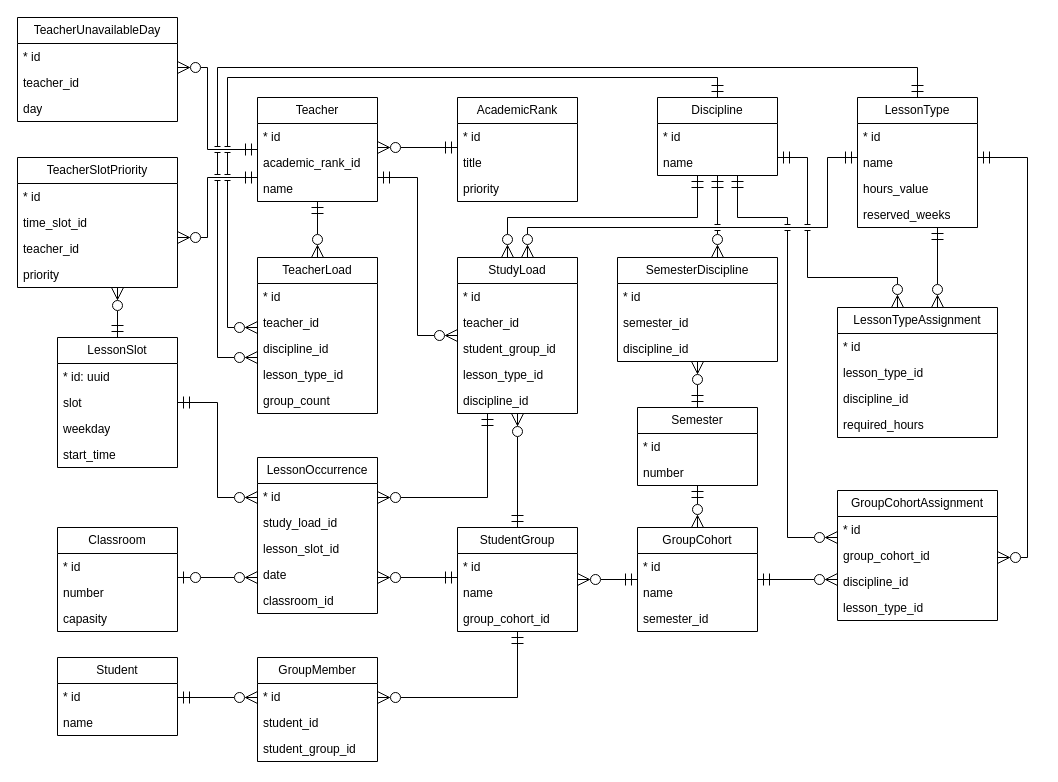
Before: page "er" (2 of 2) of docs/schedule_generator.drawio in IrusHunter/duckademic, a draw.io diagram. Source tidied: cells renumbered, new cells numbered last; positions are measured from the earlier drawing's top-left corner, leaving out a move shared by most shapes. Both pictures are drawn from the tidied source at 100%, with x=0, y=0 at pixel (17, 17).
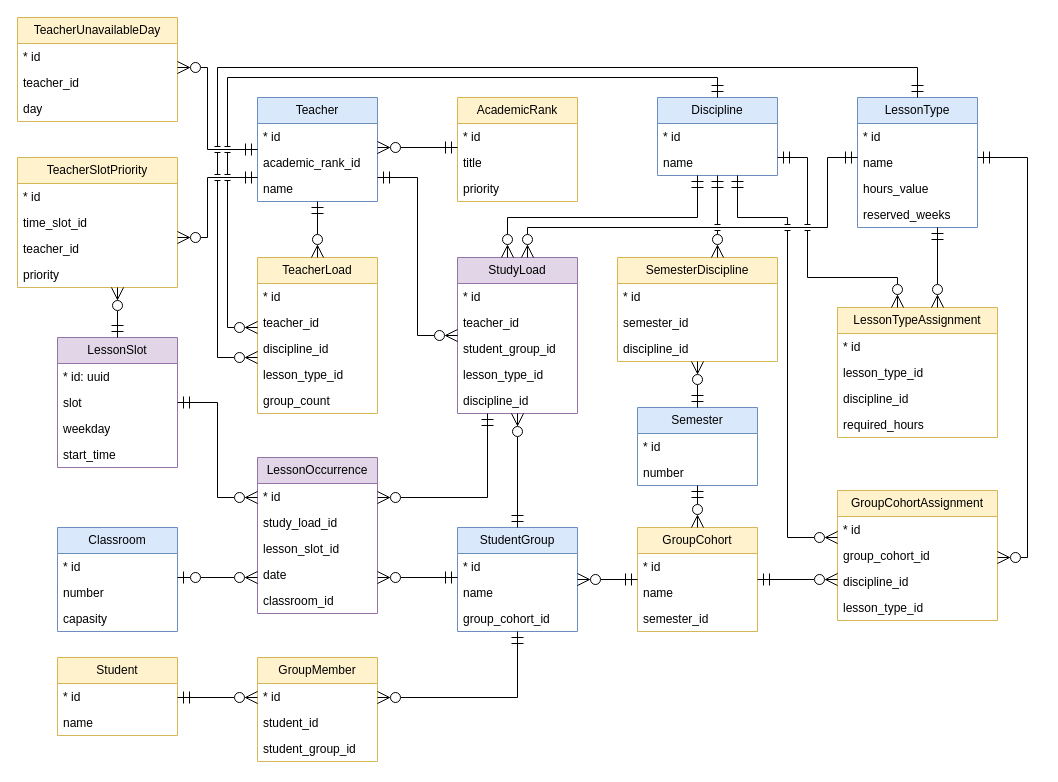
The same page after the edit.

The edit, as a diff of the source:
```diff
@@
-    <mxCell id="2" value="Teacher" style="swimlane;fontStyle=0;horizontal=1;startSize=26;fillColor=none;whiteSpace=wrap;html=1;" parent="1" vertex="1">
+    <mxCell id="2" value="Teacher" style="swimlane;fontStyle=0;horizontal=1;startSize=26;fillColor=#dae8fc;whiteSpace=wrap;html=1;strokeColor=#6c8ebf;" parent="1" vertex="1">
       <mxGeometry x="240" y="80" width="120" height="104" as="geometry" />
     </mxCell>
@@
-    <mxCell id="6" value="TeacherUnavailableDay" style="swimlane;fontStyle=0;horizontal=1;startSize=26;whiteSpace=wrap;html=1;" parent="1" vertex="1">
+    <mxCell id="6" value="TeacherUnavailableDay" style="swimlane;fontStyle=0;horizontal=1;startSize=26;whiteSpace=wrap;html=1;fillColor=#fff2cc;strokeColor=#d6b656;" parent="1" vertex="1">
       <mxGeometry width="160" height="104" as="geometry" />
     </mxCell>
@@
-    <mxCell id="11" value="TeacherSlotPriority" style="swimlane;fontStyle=0;horizontal=1;startSize=26;fillColor=none;whiteSpace=wrap;html=1;" parent="1" vertex="1">
+    <mxCell id="11" value="TeacherSlotPriority" style="swimlane;fontStyle=0;horizontal=1;startSize=26;fillColor=#fff2cc;whiteSpace=wrap;html=1;strokeColor=#d6b656;" parent="1" vertex="1">
       <mxGeometry y="140" width="160" height="130" as="geometry" />
     </mxCell>
@@
-    <mxCell id="17" value="AcademicRank" style="swimlane;fontStyle=0;horizontal=1;startSize=26;fillColor=none;whiteSpace=wrap;html=1;" parent="1" vertex="1">
+    <mxCell id="17" value="AcademicRank" style="swimlane;fontStyle=0;horizontal=1;startSize=26;fillColor=#fff2cc;whiteSpace=wrap;html=1;strokeColor=#d6b656;" parent="1" vertex="1">
       <mxGeometry x="440" y="80" width="120" height="104" as="geometry" />
     </mxCell>
@@
-    <mxCell id="22" value="TeacherLoad" style="swimlane;fontStyle=0;horizontal=1;startSize=26;fillColor=none;whiteSpace=wrap;html=1;" parent="1" vertex="1">
+    <mxCell id="22" value="TeacherLoad" style="swimlane;fontStyle=0;horizontal=1;startSize=26;fillColor=#fff2cc;whiteSpace=wrap;html=1;strokeColor=#d6b656;" parent="1" vertex="1">
       <mxGeometry x="240" y="240" width="120" height="156" as="geometry" />
     </mxCell>
@@
-    <mxCell id="29" value="StudyLoad" style="swimlane;fontStyle=0;horizontal=1;startSize=26;fillColor=none;whiteSpace=wrap;html=1;" parent="1" vertex="1">
+    <mxCell id="29" value="StudyLoad" style="swimlane;fontStyle=0;horizontal=1;startSize=26;fillColor=#e1d5e7;whiteSpace=wrap;html=1;strokeColor=#9673a6;" parent="1" vertex="1">
       <mxGeometry x="440" y="240" width="120" height="156" as="geometry" />
     </mxCell>
@@
-    <mxCell id="36" value="LessonSlot" style="swimlane;fontStyle=0;horizontal=1;startSize=26;fillColor=none;whiteSpace=wrap;html=1;" parent="1" vertex="1">
+    <mxCell id="36" value="LessonSlot" style="swimlane;fontStyle=0;horizontal=1;startSize=26;fillColor=#e1d5e7;whiteSpace=wrap;html=1;strokeColor=#9673a6;" parent="1" vertex="1">
       <mxGeometry x="40" y="320" width="120" height="130" as="geometry" />
     </mxCell>
@@
-    <mxCell id="42" value="Discipline" style="swimlane;fontStyle=0;horizontal=1;startSize=26;fillColor=none;whiteSpace=wrap;html=1;" parent="1" vertex="1">
+    <mxCell id="42" value="Discipline" style="swimlane;fontStyle=0;horizontal=1;startSize=26;fillColor=#dae8fc;whiteSpace=wrap;html=1;strokeColor=#6c8ebf;" parent="1" vertex="1">
       <mxGeometry x="640" y="80" width="120" height="78" as="geometry" />
     </mxCell>
@@
-    <mxCell id="47" value="LessonType" style="swimlane;fontStyle=0;horizontal=1;startSize=26;fillColor=none;whiteSpace=wrap;html=1;" parent="1" vertex="1">
+    <mxCell id="47" value="LessonType" style="swimlane;fontStyle=0;horizontal=1;startSize=26;fillColor=#dae8fc;whiteSpace=wrap;html=1;strokeColor=#6c8ebf;" parent="1" vertex="1">
       <mxGeometry x="840" y="80" width="120" height="130" as="geometry" />
     </mxCell>
@@
-    <mxCell id="54" value="LessonOccurrence" style="swimlane;fontStyle=0;horizontal=1;startSize=26;fillColor=none;whiteSpace=wrap;html=1;" parent="1" vertex="1">
+    <mxCell id="54" value="LessonOccurrence" style="swimlane;fontStyle=0;horizontal=1;startSize=26;fillColor=#e1d5e7;whiteSpace=wrap;html=1;strokeColor=#9673a6;" parent="1" vertex="1">
       <mxGeometry x="240" y="440" width="120" height="156" as="geometry" />
     </mxCell>
@@
-    <mxCell id="62" value="StudentGroup" style="swimlane;fontStyle=0;horizontal=1;startSize=26;fillColor=none;whiteSpace=wrap;html=1;" parent="1" vertex="1">
+    <mxCell id="62" value="StudentGroup" style="swimlane;fontStyle=0;horizontal=1;startSize=26;fillColor=#dae8fc;whiteSpace=wrap;html=1;strokeColor=#6c8ebf;" parent="1" vertex="1">
       <mxGeometry x="440" y="510" width="120" height="104" as="geometry" />
     </mxCell>
@@
-    <mxCell id="68" value="Classroom" style="swimlane;fontStyle=0;horizontal=1;startSize=26;fillColor=none;whiteSpace=wrap;html=1;" parent="1" vertex="1">
+    <mxCell id="68" value="Classroom" style="swimlane;fontStyle=0;horizontal=1;startSize=26;fillColor=#dae8fc;whiteSpace=wrap;html=1;strokeColor=#6c8ebf;" parent="1" vertex="1">
       <mxGeometry x="40" y="510" width="120" height="104" as="geometry" />
     </mxCell>
@@
-    <mxCell id="73" value="SemesterDiscipline" style="swimlane;fontStyle=0;horizontal=1;startSize=26;fillColor=none;whiteSpace=wrap;html=1;" parent="1" vertex="1">
+    <mxCell id="73" value="SemesterDiscipline" style="swimlane;fontStyle=0;horizontal=1;startSize=26;fillColor=#fff2cc;whiteSpace=wrap;html=1;strokeColor=#d6b656;" parent="1" vertex="1">
       <mxGeometry x="600" y="240" width="160" height="104" as="geometry" />
     </mxCell>
@@
-    <mxCell id="78" value="LessonTypeAssignment" style="swimlane;fontStyle=0;horizontal=1;startSize=26;fillColor=none;whiteSpace=wrap;html=1;" parent="1" vertex="1">
+    <mxCell id="78" value="LessonTypeAssignment" style="swimlane;fontStyle=0;horizontal=1;startSize=26;fillColor=#fff2cc;whiteSpace=wrap;html=1;strokeColor=#d6b656;" parent="1" vertex="1">
       <mxGeometry x="820" y="290" width="160" height="130" as="geometry" />
     </mxCell>
@@
-    <mxCell id="85" value="GroupCohortAssignment" style="swimlane;fontStyle=0;horizontal=1;startSize=26;fillColor=none;whiteSpace=wrap;html=1;" parent="1" vertex="1">
+    <mxCell id="85" value="GroupCohortAssignment" style="swimlane;fontStyle=0;horizontal=1;startSize=26;fillColor=#fff2cc;whiteSpace=wrap;html=1;strokeColor=#d6b656;" parent="1" vertex="1">
       <mxGeometry x="820" y="473" width="160" height="130" as="geometry" />
     </mxCell>
@@
-    <mxCell id="92" value="Semester" style="swimlane;fontStyle=0;horizontal=1;startSize=26;fillColor=none;whiteSpace=wrap;html=1;" parent="1" vertex="1">
+    <mxCell id="92" value="Semester" style="swimlane;fontStyle=0;horizontal=1;startSize=26;fillColor=#dae8fc;whiteSpace=wrap;html=1;strokeColor=#6c8ebf;" parent="1" vertex="1">
       <mxGeometry x="620" y="390" width="120" height="78" as="geometry" />
     </mxCell>
@@
-    <mxCell id="96" value="GroupCohort" style="swimlane;fontStyle=0;horizontal=1;startSize=26;fillColor=none;whiteSpace=wrap;html=1;" parent="1" vertex="1">
+    <mxCell id="96" value="GroupCohort" style="swimlane;fontStyle=0;horizontal=1;startSize=26;fillColor=#fff2cc;whiteSpace=wrap;html=1;strokeColor=#d6b656;" parent="1" vertex="1">
       <mxGeometry x="620" y="510" width="120" height="104" as="geometry" />
     </mxCell>
@@
-    <mxCell id="103" value="GroupMember" style="swimlane;fontStyle=0;horizontal=1;startSize=26;fillColor=none;whiteSpace=wrap;html=1;" parent="1" vertex="1">
+    <mxCell id="103" value="GroupMember" style="swimlane;fontStyle=0;horizontal=1;startSize=26;fillColor=#fff2cc;whiteSpace=wrap;html=1;strokeColor=#d6b656;" parent="1" vertex="1">
       <mxGeometry x="240" y="640" width="120" height="104" as="geometry" />
     </mxCell>
@@
-    <mxCell id="107" value="Student" style="swimlane;fontStyle=0;horizontal=1;startSize=26;fillColor=none;whiteSpace=wrap;html=1;" parent="1" vertex="1">
+    <mxCell id="107" value="Student" style="swimlane;fontStyle=0;horizontal=1;startSize=26;fillColor=#fff2cc;whiteSpace=wrap;html=1;strokeColor=#d6b656;" parent="1" vertex="1">
       <mxGeometry x="40" y="640" width="120" height="78" as="geometry" />
     </mxCell>
```
